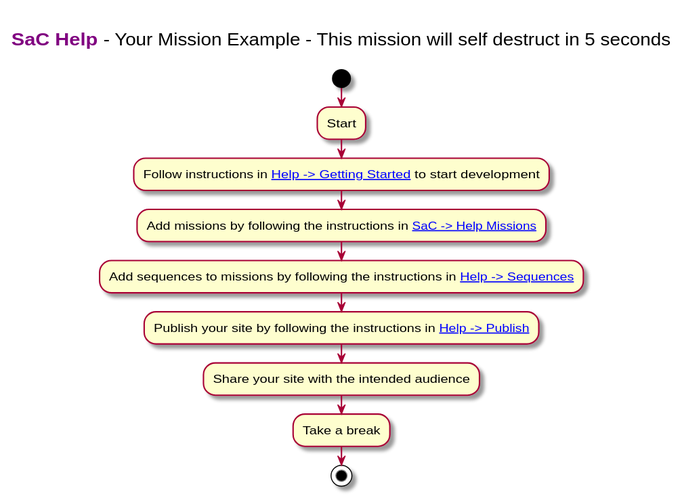
The PlantUML diagram src/sequences/yourmission/images/yourmission.svg in dxc-technology/Sequences-as-Code, before a commit. Its diagram source:
```plantuml
@startuml

title

  <font color=purple><b>SaC Help</b></font> - Your Mission Example - This mission will self destruct in 5 seconds

end title

start
:Start;
:Follow instructions in [[https://dxc-technology.github.io/Sequences-as-Code/#/sachelp{Right click to open Help in a new window or a new tab} Help -> Getting Started]] to start development;
:Add missions by following the instructions in [[https://dxc-technology.github.io/Sequences-as-Code/#/sachelp{Right click to open Help in a new window or a new tab} SaC -> Help Missions]];
:Add sequences to missions by following the instructions in [[https://dxc-technology.github.io/Sequences-as-Code/#/sachelp{Right click to open Help in a new window or a new tab} Help -> Sequences]];
:Publish your site by following the instructions in [[https://dxc-technology.github.io/Sequences-as-Code/#/sachelp{Right click to open Help in a new window or a new tab} Help -> Publish]];
:Share your site with the intended audience;
:Take a break;
stop
@enduml
```
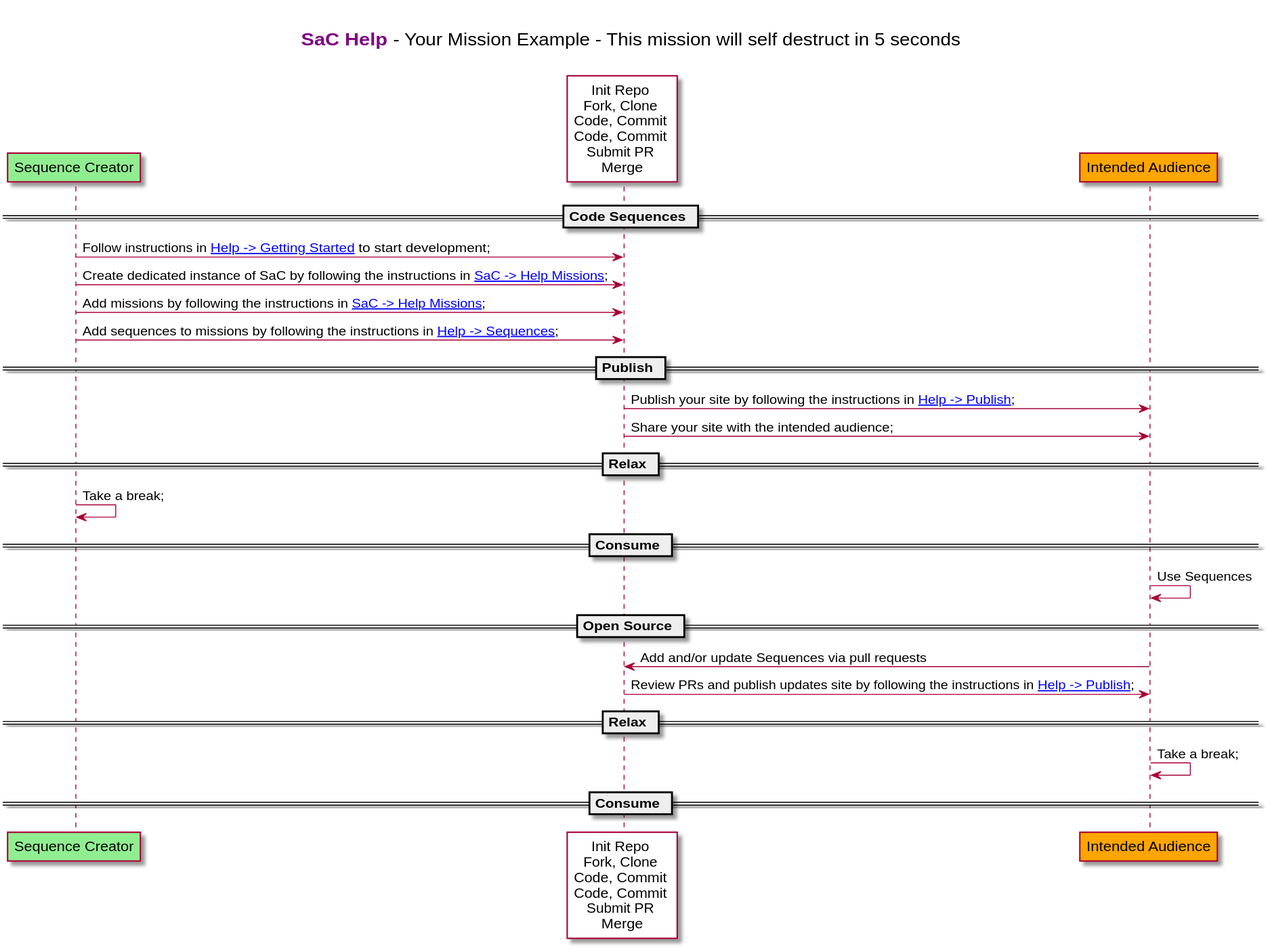
After the change.

Commit message:
changed your mission from a use case to a sequence diagram

* changed your mission from a use case to a sequence diagram

* Committing workflow generated SVG files

What changed in the source:
```diff
@@ -6,13 +6,26 @@
 
 end title
 
-start
-:Start;
-:Follow instructions in [[https://dxc-technology.github.io/Sequences-as-Code/#/sachelp{Right click to open Help in a new window or a new tab} Help -> Getting Started]] to start development;
-:Add missions by following the instructions in [[https://dxc-technology.github.io/Sequences-as-Code/#/sachelp{Right click to open Help in a new window or a new tab} SaC -> Help Missions]];
-:Add sequences to missions by following the instructions in [[https://dxc-technology.github.io/Sequences-as-Code/#/sachelp{Right click to open Help in a new window or a new tab} Help -> Sequences]];
-:Publish your site by following the instructions in [[https://dxc-technology.github.io/Sequences-as-Code/#/sachelp{Right click to open Help in a new window or a new tab} Help -> Publish]];
-:Share your site with the intended audience;
-:Take a break;
-stop
+participant "Sequence Creator" as Creator #lightGreen
+participant "Init Repo \nFork, Clone \nCode, Commit \nCode, Commit \nSubmit PR \nMerge" as Develop #white
+participant  "Intended Audience" as Audience #orange
+
+== Code Sequences ==
+Creator -> Develop: Follow instructions in [[https://dxc-technology.github.io/Sequences-as-Code/#/sachelp{Right click to open Help in a new window or a new tab} Help -> Getting Started]] to start development;
+Creator -> Develop: Create dedicated instance of SaC by following the instructions in [[https://dxc-technology.github.io/Sequences-as-Code/#/sachelp{Right click to open Help in a new window or a new tab} SaC -> Help Missions]];
+Creator -> Develop: Add missions by following the instructions in [[https://dxc-technology.github.io/Sequences-as-Code/#/sachelp{Right click to open Help in a new window or a new tab} SaC -> Help Missions]];
+Creator -> Develop: Add sequences to missions by following the instructions in [[https://dxc-technology.github.io/Sequences-as-Code/#/sachelp{Right click to open Help in a new window or a new tab} Help -> Sequences]];
+== Publish ==
+Develop -> Audience: Publish your site by following the instructions in [[https://dxc-technology.github.io/Sequences-as-Code/#/sachelp{Right click to open Help in a new window or a new tab} Help -> Publish]];
+Develop -> Audience: Share your site with the intended audience;
+== Relax ==
+Creator -> Creator: Take a break;
+== Consume ==
+Audience -> Audience: Use Sequences
+== Open Source ==
+Audience -> Develop: Add and/or update Sequences via pull requests
+Develop -> Audience: Review PRs and publish updates site by following the instructions in [[https://dxc-technology.github.io/Sequences-as-Code/#/sachelp{Right click to open Help in a new window or a new tab} Help -> Publish]];
+== Relax ==
+Audience -> Audience: Take a break;
+== Consume ==
 @enduml
```
